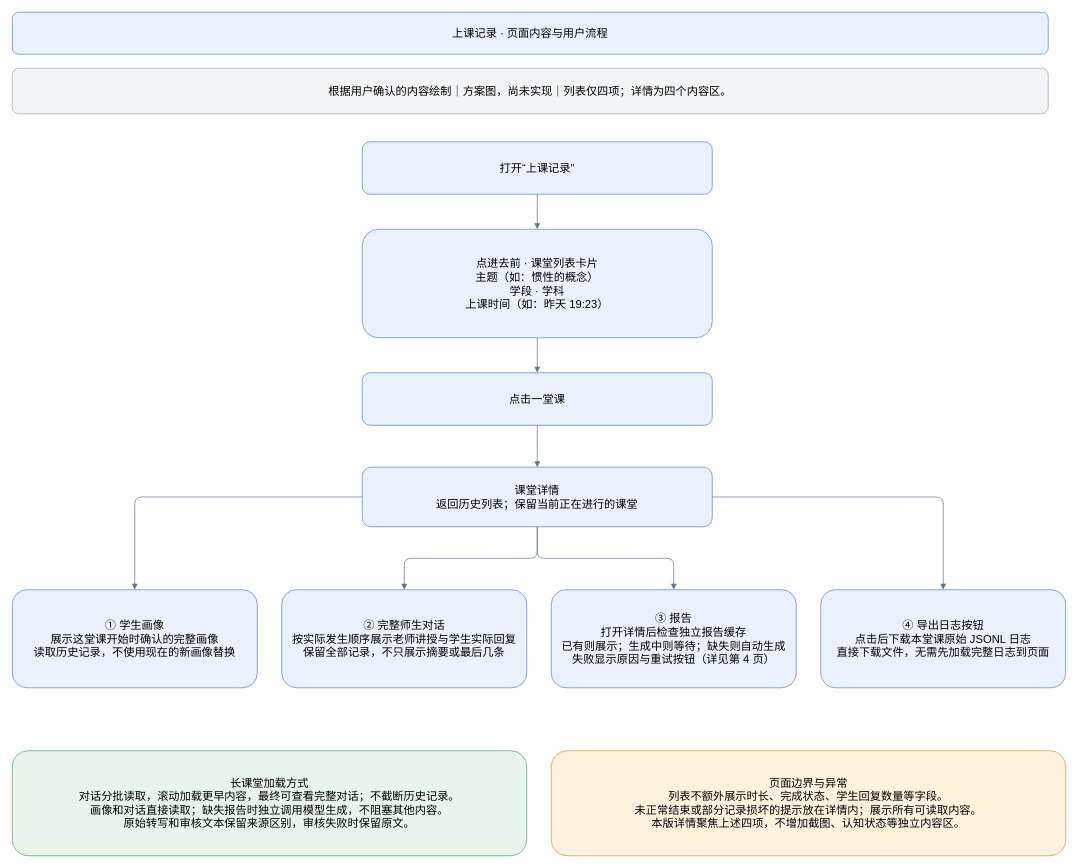
This is page "01 页面内容与用户流程" (1 of 5) of docs/产品流程图/历史课堂功能-实施方案.drawio from Liyang-pai/LearnFromYou, a draw.io file, before an edit. Source tidied: cells renumbered, new cells numbered last; positions are measured from the earlier drawing's top-left corner, leaving out a move shared by most shapes. Both pictures are drawn from the tidied source at 70%, with x=0, y=0 at pixel (12, 12).
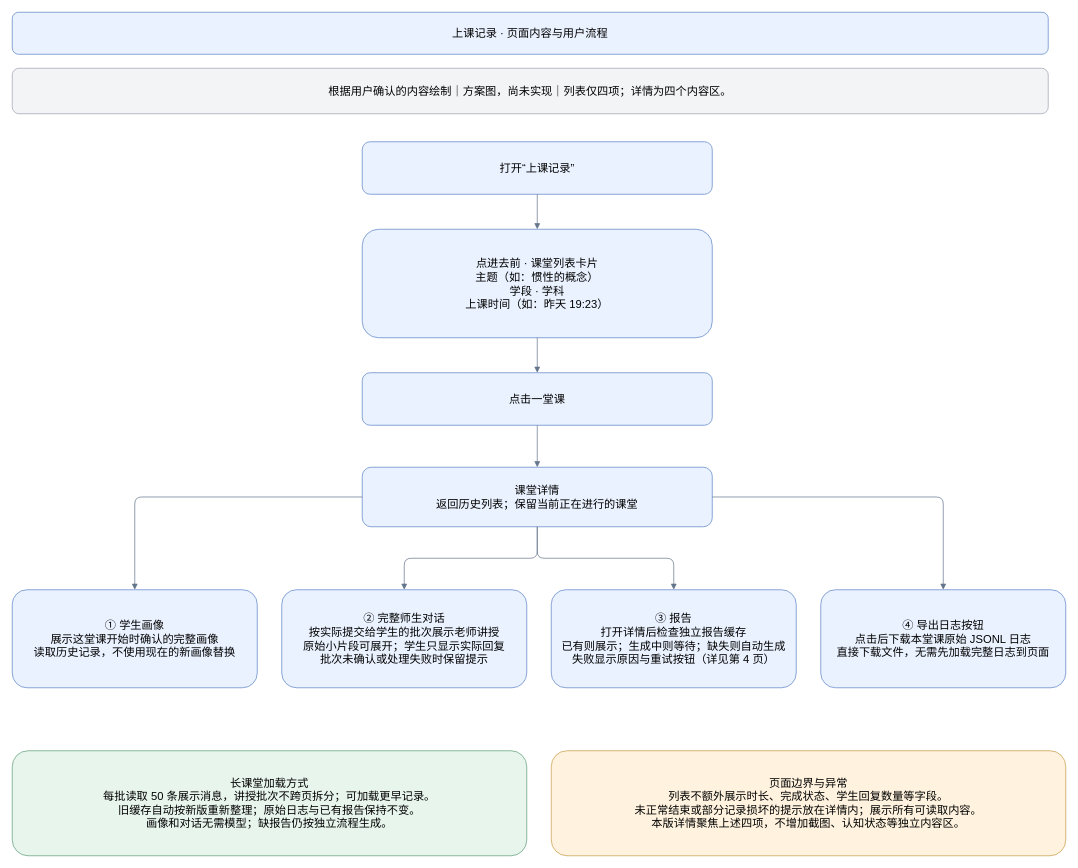
The same page after the edit.

What changed in the source:
```diff
@@
-    <mxCell id="9" value="② 完整师生对话&#10;按实际发生顺序展示老师讲授与学生实际回复&#10;保留全部记录，不只展示摘要或最后几条" style="rounded=1;whiteSpace=wrap;html=0;fillColor=#eaf2ff;strokeColor=#5b82c4;fontFamily=Helvetica;fontSize=16;spacing=14;" parent="1" vertex="1">
+    <mxCell id="9" value="② 完整师生对话&#10;按实际提交给学生的批次展示老师讲授&#10;原始小片段可展开；学生只显示实际回复&#10;批次未确认或处理失败时保留提示" style="rounded=1;whiteSpace=wrap;html=0;fillColor=#eaf2ff;strokeColor=#5b82c4;fontFamily=Helvetica;fontSize=16;spacing=14;" parent="1" vertex="1">
       <mxGeometry x="385" y="825" width="350" height="140" as="geometry" />
     </mxCell>
@@
-    <mxCell id="12" value="长课堂加载方式&#10;对话分批读取，滚动加载更早内容，最终可查看完整对话；不截断历史记录。&#10;画像和对话直接读取；缺失报告时独立调用模型生成，不阻塞其他内容。&#10;原始转写和审核文本保留来源区别，审核失败时保留原文。" style="rounded=1;whiteSpace=wrap;html=0;fillColor=#e8f5ed;strokeColor=#5c9c76;fontFamily=Helvetica;fontSize=16;spacing=14;" parent="1" vertex="1">
+    <mxCell id="12" value="长课堂加载方式&#10;每批读取 50 条展示消息，讲授批次不跨页拆分；可加载更早记录。&#10;旧缓存自动按新版重新整理；原始日志与已有报告保持不变。&#10;画像和对话无需模型；缺报告仍按独立流程生成。" style="rounded=1;whiteSpace=wrap;html=0;fillColor=#e8f5ed;strokeColor=#5c9c76;fontFamily=Helvetica;fontSize=16;spacing=14;" parent="1" vertex="1">
       <mxGeometry y="1055" width="735" height="150" as="geometry" />
     </mxCell>
```
